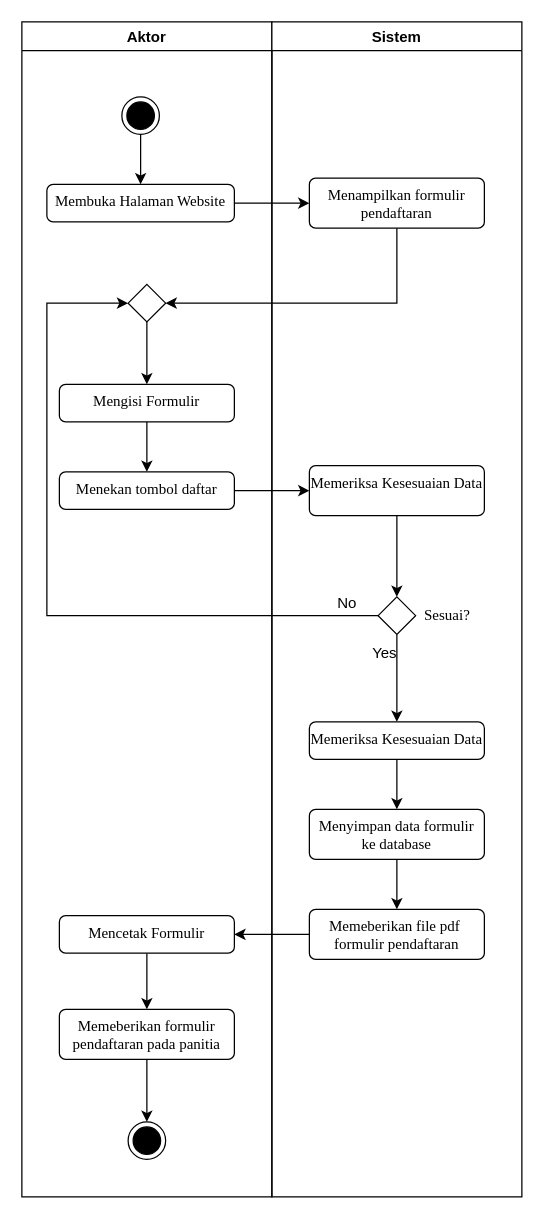
XxGembelxX/Rancangan_KP keeps this draw.io diagram as Aktivity Diagram.drawio. Above is the earlier version. Source tidied: cells renumbered, new cells numbered last; positions are measured from the earlier drawing's top-left corner, leaving out a move shared by most shapes. Both pictures are drawn from the tidied source at 125%, with x=0, y=0 at pixel (21, 21).
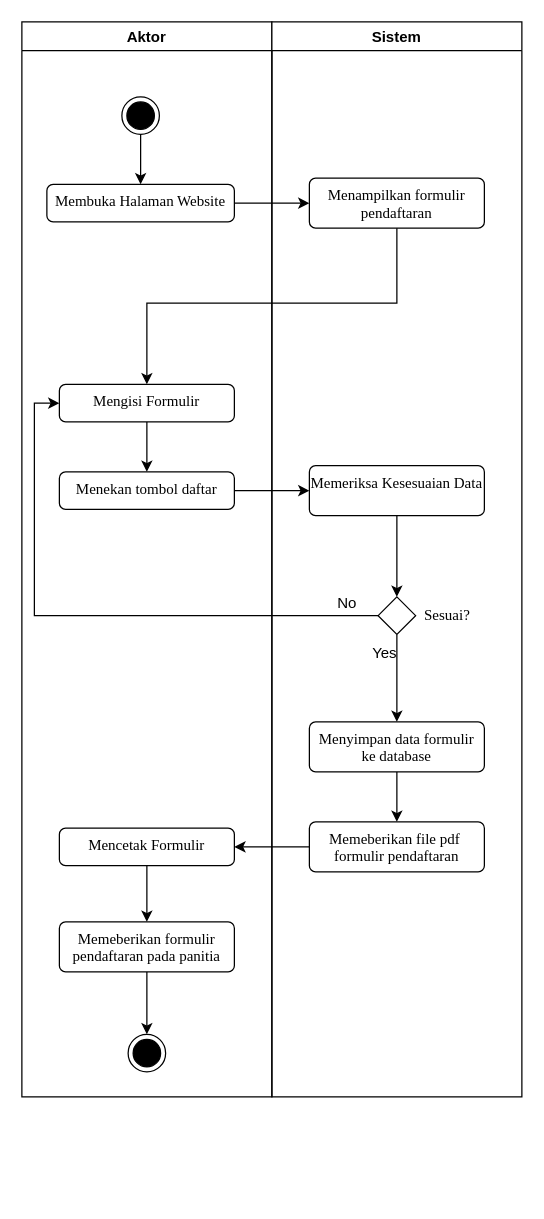
After the change.

Unchanged cells that the change refers to:
```xml
<mxCell id="9" value="&lt;font face=&quot;Times New Roman&quot;&gt;Mengisi Formulir&lt;/font&gt;" style="html=1;align=center;verticalAlign=top;rounded=1;absoluteArcSize=1;arcSize=10;dashed=0;whiteSpace=wrap;" parent="2" vertex="1">
  <mxGeometry x="30" y="290" width="140" height="30" as="geometry" />
</mxCell>
<mxCell id="17" value="&lt;font face=&quot;Times New Roman&quot;&gt;Menampilkan formulir pendaftaran&lt;/font&gt;" style="html=1;align=center;verticalAlign=top;rounded=1;absoluteArcSize=1;arcSize=10;dashed=0;whiteSpace=wrap;" parent="16" vertex="1">
  <mxGeometry x="30" y="125" width="140" height="40" as="geometry" />
</mxCell>
<mxCell id="21" style="rhombus;" parent="16" vertex="1">
  <mxGeometry x="85" y="460" width="30" height="30" as="geometry" />
</mxCell>
```

The edit, as a diff of the source:
```diff
@@
     <mxCell id="2" value="Aktor" style="swimlane;" parent="1" vertex="1">
-      <mxGeometry width="200" height="940" as="geometry" />
+      <mxGeometry width="200" height="860" as="geometry" />
     </mxCell>
@@
-    <mxCell id="6" style="edgeStyle=orthogonalEdgeStyle;rounded=0;jettySize=auto;html=1;entryX=0.5;entryY=0;entryDx=0;entryDy=0;" parent="2" edge="1" source="7" target="9">
-      <mxGeometry relative="1" as="geometry" />
-    </mxCell>
-    <mxCell id="7" style="rhombus;" parent="2" vertex="1">
-      <mxGeometry x="85" y="210" width="30" height="30" as="geometry" />
-    </mxCell>
@@
     <mxCell id="12" value="&lt;font face=&quot;Times New Roman&quot;&gt;Mencetak Formulir&lt;/font&gt;" style="html=1;align=center;verticalAlign=top;rounded=1;absoluteArcSize=1;arcSize=10;dashed=0;whiteSpace=wrap;" parent="2" vertex="1">
-      <mxGeometry x="30" y="715" width="140" height="30" as="geometry" />
+      <mxGeometry x="30" y="645" width="140" height="30" as="geometry" />
     </mxCell>
@@
     <mxCell id="14" value="&lt;font face=&quot;Times New Roman&quot;&gt;Memeberikan formulir pendaftaran pada panitia&lt;/font&gt;" style="html=1;align=center;verticalAlign=top;rounded=1;absoluteArcSize=1;arcSize=10;dashed=0;whiteSpace=wrap;" parent="2" vertex="1">
-      <mxGeometry x="30" y="790" width="140" height="40" as="geometry" />
+      <mxGeometry x="30" y="720" width="140" height="40" as="geometry" />
     </mxCell>
     <mxCell id="15" style="ellipse;html=1;shape=endState;fillColor=strokeColor;" parent="2" vertex="1">
-      <mxGeometry x="85" y="880" width="30" height="30" as="geometry" />
+      <mxGeometry x="85" y="810" width="30" height="30" as="geometry" />
     </mxCell>
     <mxCell id="16" value="Sistem" style="swimlane;" parent="1" vertex="1">
-      <mxGeometry x="200" width="200" height="940" as="geometry" />
+      <mxGeometry x="200" width="200" height="860" as="geometry" />
     </mxCell>
@@
-    <mxCell id="20" style="edgeStyle=orthogonalEdgeStyle;rounded=0;jettySize=auto;html=1;" parent="16" edge="1" source="21" target="23">
-      <mxGeometry relative="1" as="geometry" />
+    <mxCell id="20" style="edgeStyle=orthogonalEdgeStyle;rounded=0;jettySize=auto;html=1;" parent="16" edge="1" source="21">
+      <mxGeometry relative="1" as="geometry">
+        <mxPoint x="100" y="560" as="targetPoint" />
+      </mxGeometry>
     </mxCell>
@@
-    <mxCell id="22" style="edgeStyle=orthogonalEdgeStyle;rounded=0;jettySize=auto;html=1;entryX=0.5;entryY=0;entryDx=0;entryDy=0;" parent="16" edge="1" source="23" target="25">
-      <mxGeometry relative="1" as="geometry" />
-    </mxCell>
-    <mxCell id="23" value="&lt;font face=&quot;Times New Roman&quot;&gt;Memeriksa Kesesuaian Data&lt;/font&gt;" style="html=1;align=center;verticalAlign=top;rounded=1;absoluteArcSize=1;arcSize=10;dashed=0;whiteSpace=wrap;" parent="16" vertex="1">
-      <mxGeometry x="30" y="560" width="140" height="30" as="geometry" />
-    </mxCell>
@@
     <mxCell id="25" value="&lt;font face=&quot;Times New Roman&quot;&gt;Menyimpan data formulir ke database&lt;/font&gt;" style="html=1;align=center;verticalAlign=top;rounded=1;absoluteArcSize=1;arcSize=10;dashed=0;whiteSpace=wrap;" parent="16" vertex="1">
-      <mxGeometry x="30" y="630" width="140" height="40" as="geometry" />
+      <mxGeometry x="30" y="560" width="140" height="40" as="geometry" />
     </mxCell>
@@
     <mxCell id="29" value="&lt;font face=&quot;Times New Roman&quot;&gt;Memeberikan file pdf&amp;nbsp; formulir pendaftaran&lt;/font&gt;" style="html=1;align=center;verticalAlign=top;rounded=1;absoluteArcSize=1;arcSize=10;dashed=0;whiteSpace=wrap;" parent="16" vertex="1">
-      <mxGeometry x="30" y="710" width="140" height="40" as="geometry" />
+      <mxGeometry x="30" y="640" width="140" height="40" as="geometry" />
     </mxCell>
@@
-    <mxCell id="31" style="edgeStyle=orthogonalEdgeStyle;rounded=0;jettySize=auto;html=1;entryX=1;entryY=0.5;entryDx=0;entryDy=0;" parent="1" edge="1" source="17" target="7">
+    <mxCell id="31" style="edgeStyle=orthogonalEdgeStyle;rounded=0;jettySize=auto;html=1;entryX=0.5;entryY=0;entryDx=0;entryDy=0;" parent="1" edge="1" source="17" target="9">
       <mxGeometry relative="1" as="geometry">
         <Array as="points">
           <mxPoint x="300" y="225" />
+          <mxPoint x="100" y="225" />
         </Array>
       </mxGeometry>
     </mxCell>
@@
-    <mxCell id="33" style="edgeStyle=orthogonalEdgeStyle;rounded=0;jettySize=auto;html=1;entryX=0;entryY=0.5;entryDx=0;entryDy=0;" parent="1" edge="1" source="21" target="7">
+    <mxCell id="33" style="edgeStyle=orthogonalEdgeStyle;rounded=0;jettySize=auto;html=1;entryX=0;entryY=0.5;entryDx=0;entryDy=0;" parent="1" edge="1" source="21" target="9">
       <mxGeometry relative="1" as="geometry">
         <Array as="points">
-          <mxPoint x="20" y="475" />
-          <mxPoint x="20" y="225" />
+          <mxPoint x="10" y="475" />
+          <mxPoint x="10" y="305" />
         </Array>
       </mxGeometry>
     </mxCell>
```
